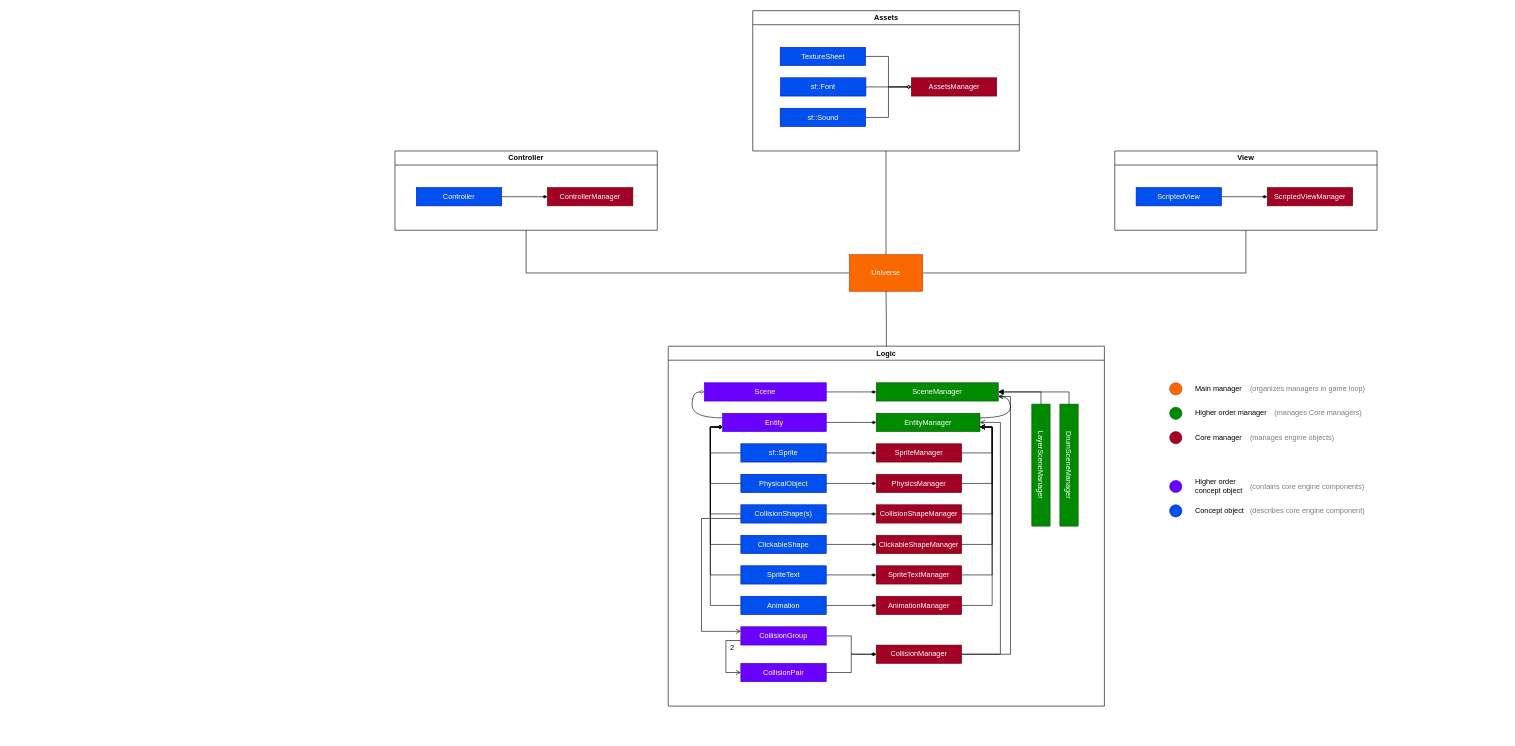
Earlier version of the draw.io diagram notes/drawio/Engine.drawio (codeandjoy/SGE). Source tidied: cells renumbered, new cells numbered last; positions are measured from the earlier drawing's top-left corner, leaving out a move shared by most shapes. Both pictures are drawn from the tidied source at 61%, with x=0, y=0 at pixel (395, 10).
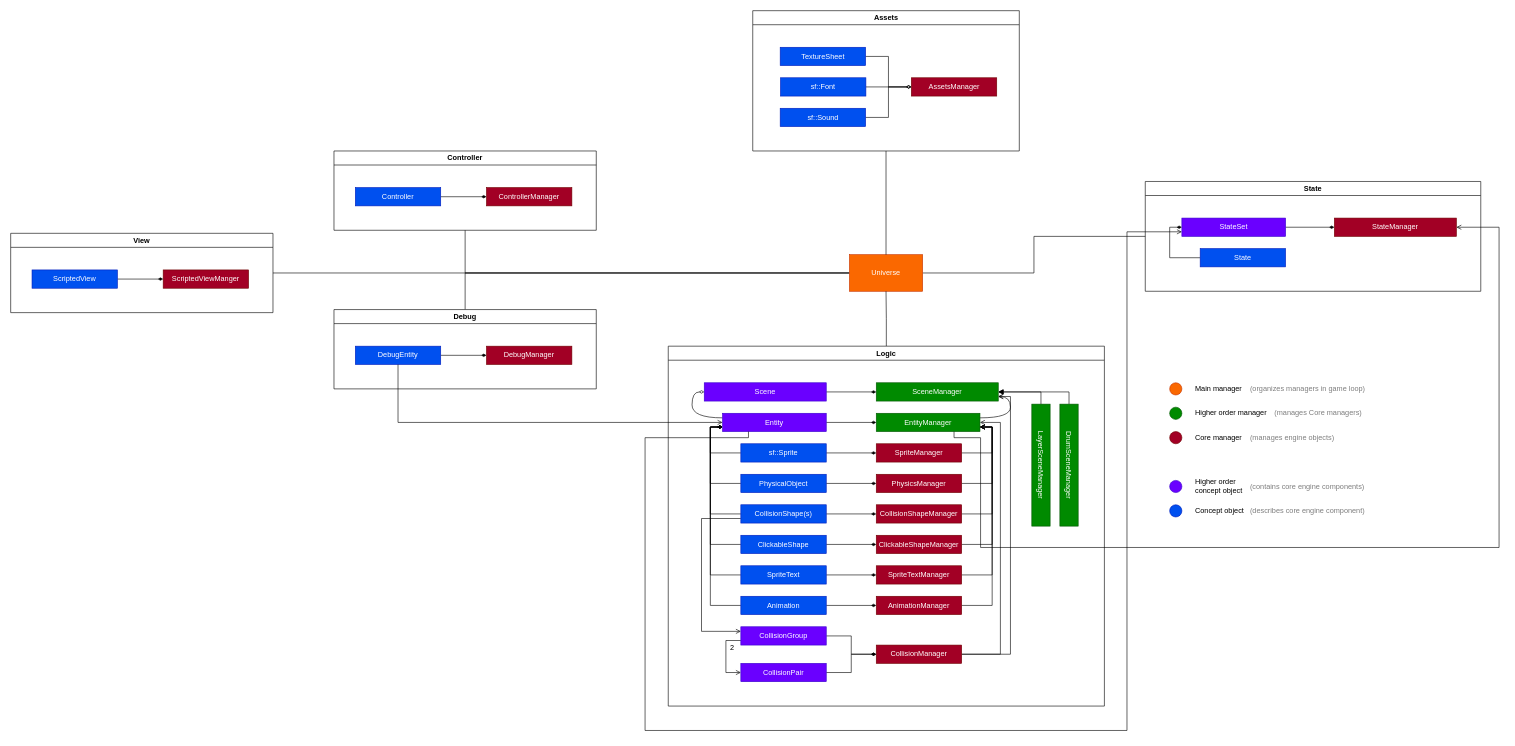
After the change.

Commit message (it also covers changes not shown here):
New Engine UML draft

The change refers to these unchanged cells:
```xml
<mxCell id="4" value="&lt;font color=&quot;#ffffff&quot;&gt;Universe&lt;/font&gt;" style="rounded=0;whiteSpace=wrap;html=1;fillColor=#fa6800;fontColor=#000000;strokeColor=#C73500;" parent="1" vertex="1">
  <mxGeometry x="745" y="400" width="120" height="60" as="geometry" />
</mxCell>
<mxCell id="11" value="Entity" style="rounded=0;whiteSpace=wrap;html=1;fillColor=#6a00ff;fontColor=#ffffff;strokeColor=#3700CC;" parent="6" vertex="1">
  <mxGeometry x="89" y="110" width="170" height="30" as="geometry" />
</mxCell>
<mxCell id="33" value="EntityManager" style="rounded=0;whiteSpace=wrap;html=1;fillColor=#008a00;fontColor=#ffffff;strokeColor=#005700;" parent="6" vertex="1">
  <mxGeometry x="341" y="110" width="170" height="30" as="geometry" />
</mxCell>
```

Change to the diagram source:
```diff
@@
+    <mxCell id="3" style="edgeStyle=orthogonalEdgeStyle;rounded=0;jettySize=auto;html=1;exitX=0;exitY=0.5;exitDx=0;exitDy=0;entryX=0.5;entryY=1;entryDx=0;entryDy=0;endArrow=none;endFill=0;" parent="1" edge="1" source="4" target="80">
+      <mxGeometry relative="1" as="geometry" />
+    </mxCell>
-    <mxCell id="2" style="edgeStyle=orthogonalEdgeStyle;rounded=0;jettySize=auto;html=1;exitX=1;exitY=0.5;exitDx=0;exitDy=0;entryX=0.5;entryY=1;entryDx=0;entryDy=0;endArrow=none;endFill=0;" parent="1" edge="1" source="4" target="68">
+    <mxCell id="2" style="edgeStyle=orthogonalEdgeStyle;rounded=0;jettySize=auto;html=1;exitX=0;exitY=0.5;exitDx=0;exitDy=0;entryX=0.5;entryY=0;entryDx=0;entryDy=0;endArrow=none;endFill=0;" parent="1" edge="1" source="4" target="68">
       <mxGeometry relative="1" as="geometry" />
     </mxCell>
-    <mxCell id="3" style="edgeStyle=orthogonalEdgeStyle;rounded=0;jettySize=auto;html=1;exitX=0;exitY=0.5;exitDx=0;exitDy=0;entryX=0.5;entryY=1;entryDx=0;entryDy=0;endArrow=none;endFill=0;" parent="1" edge="1" source="4" target="80">
-      <mxGeometry relative="1" as="geometry" />
-    </mxCell>
+    <mxCell id="91" style="edgeStyle=orthogonalEdgeStyle;rounded=0;jettySize=auto;html=1;exitX=1;exitY=0.5;exitDx=0;exitDy=0;entryX=0;entryY=0.5;entryDx=0;entryDy=0;endArrow=none;endFill=0;" parent="1" edge="1" source="4" target="93">
+      <mxGeometry relative="1" as="geometry" />
+    </mxCell>
+    <mxCell id="92" style="edgeStyle=orthogonalEdgeStyle;rounded=0;jettySize=auto;html=1;exitX=0;exitY=0.5;exitDx=0;exitDy=0;entryX=1;entryY=0.5;entryDx=0;entryDy=0;endArrow=none;endFill=0;" parent="1" edge="1" source="4" target="99">
+      <mxGeometry relative="1" as="geometry" />
+    </mxCell>
@@
-    <mxCell id="68" value="View" style="swimlane;whiteSpace=wrap;html=1;" parent="1" vertex="1">
-      <mxGeometry x="1180" y="230" width="430" height="130" as="geometry" />
+    <mxCell id="68" value="Debug" style="swimlane;whiteSpace=wrap;html=1;" parent="1" vertex="1">
+      <mxGeometry x="-100" y="490" width="430" height="130" as="geometry" />
     </mxCell>
@@
-    <mxCell id="70" value="ScriptedView" style="rounded=0;whiteSpace=wrap;html=1;fillColor=#0050ef;fontColor=#ffffff;strokeColor=#001DBC;" parent="68" vertex="1">
+    <mxCell id="70" value="DebugEntity" style="rounded=0;whiteSpace=wrap;html=1;fillColor=#0050ef;fontColor=#ffffff;strokeColor=#001DBC;" parent="68" vertex="1">
       <mxGeometry x="35" y="60" width="140" height="30" as="geometry" />
     </mxCell>
-    <mxCell id="71" value="ScriptedViewManager" style="rounded=0;whiteSpace=wrap;html=1;fillColor=#a20025;fontColor=#ffffff;strokeColor=#6F0000;" parent="68" vertex="1">
+    <mxCell id="71" value="DebugManager" style="rounded=0;whiteSpace=wrap;html=1;fillColor=#a20025;fontColor=#ffffff;strokeColor=#6F0000;" parent="68" vertex="1">
       <mxGeometry x="250" y="60" width="140" height="30" as="geometry" />
     </mxCell>
@@
     <mxCell id="80" value="Controller" style="swimlane;whiteSpace=wrap;html=1;" parent="1" vertex="1">
-      <mxGeometry y="230" width="430" height="130" as="geometry" />
+      <mxGeometry x="-100" y="230" width="430" height="130" as="geometry" />
     </mxCell>
@@
+    <mxCell id="93" value="State" style="swimlane;whiteSpace=wrap;html=1;" parent="1" vertex="1">
+      <mxGeometry x="1230" y="280" width="550" height="180" as="geometry" />
+    </mxCell>
+    <mxCell id="94" style="edgeStyle=orthogonalEdgeStyle;rounded=0;jettySize=auto;html=1;exitX=1;exitY=0.5;exitDx=0;exitDy=0;entryX=0;entryY=0.5;entryDx=0;entryDy=0;endArrow=diamondThin;endFill=1;" parent="93" edge="1" source="95" target="98">
+      <mxGeometry relative="1" as="geometry" />
+    </mxCell>
+    <mxCell id="95" value="StateSet" style="rounded=0;whiteSpace=wrap;html=1;fillColor=#6a00ff;fontColor=#ffffff;strokeColor=#3700CC;" parent="93" vertex="1">
+      <mxGeometry x="60" y="60" width="170" height="30" as="geometry" />
+    </mxCell>
+    <mxCell id="96" style="edgeStyle=orthogonalEdgeStyle;rounded=0;jettySize=auto;html=1;exitX=0;exitY=0.5;exitDx=0;exitDy=0;entryX=0;entryY=0.5;entryDx=0;entryDy=0;endArrow=diamondThin;endFill=1;" parent="93" edge="1" source="97" target="95">
+      <mxGeometry relative="1" as="geometry" />
+    </mxCell>
+    <mxCell id="97" value="State" style="rounded=0;whiteSpace=wrap;html=1;fillColor=#0050ef;fontColor=#ffffff;strokeColor=#001DBC;" parent="93" vertex="1">
+      <mxGeometry x="90" y="110" width="140" height="30" as="geometry" />
+    </mxCell>
+    <mxCell id="98" value="StateManager" style="rounded=0;whiteSpace=wrap;html=1;fillColor=#a20025;fontColor=#ffffff;strokeColor=#6F0000;" parent="93" vertex="1">
+      <mxGeometry x="310" y="60" width="200" height="30" as="geometry" />
+    </mxCell>
+    <mxCell id="99" value="View" style="swimlane;whiteSpace=wrap;html=1;" parent="1" vertex="1">
+      <mxGeometry x="-630" y="365" width="430" height="130" as="geometry" />
+    </mxCell>
+    <mxCell id="100" style="edgeStyle=orthogonalEdgeStyle;rounded=0;jettySize=auto;html=1;exitX=1;exitY=0.5;exitDx=0;exitDy=0;entryX=0;entryY=0.5;entryDx=0;entryDy=0;endArrow=diamondThin;endFill=1;" parent="99" edge="1" source="101" target="102">
+      <mxGeometry relative="1" as="geometry" />
+    </mxCell>
+    <mxCell id="101" value="ScriptedView" style="rounded=0;whiteSpace=wrap;html=1;fillColor=#0050ef;fontColor=#ffffff;strokeColor=#001DBC;" parent="99" vertex="1">
+      <mxGeometry x="35" y="60" width="140" height="30" as="geometry" />
+    </mxCell>
+    <mxCell id="102" value="ScriptedViewManger" style="rounded=0;whiteSpace=wrap;html=1;fillColor=#a20025;fontColor=#ffffff;strokeColor=#6F0000;" parent="99" vertex="1">
+      <mxGeometry x="250" y="60" width="140" height="30" as="geometry" />
+    </mxCell>
+    <mxCell id="103" style="edgeStyle=orthogonalEdgeStyle;rounded=0;jettySize=auto;html=1;exitX=0.5;exitY=1;exitDx=0;exitDy=0;entryX=0;entryY=0.5;entryDx=0;entryDy=0;endArrow=open;endFill=0;" parent="1" edge="1" source="70" target="11">
+      <mxGeometry relative="1" as="geometry" />
+    </mxCell>
+    <mxCell id="104" style="edgeStyle=orthogonalEdgeStyle;rounded=0;jettySize=auto;html=1;exitX=0.75;exitY=1;exitDx=0;exitDy=0;entryX=1;entryY=0.5;entryDx=0;entryDy=0;endArrow=open;endFill=0;" parent="1" edge="1" source="33" target="98">
+      <mxGeometry relative="1" as="geometry">
+        <Array as="points">
+          <mxPoint x="917" y="700" />
+          <mxPoint x="960" y="700" />
+          <mxPoint x="960" y="880" />
+          <mxPoint x="1810" y="880" />
+          <mxPoint x="1810" y="355" />
+        </Array>
+      </mxGeometry>
+    </mxCell>
+    <mxCell id="105" style="edgeStyle=orthogonalEdgeStyle;rounded=0;jettySize=auto;html=1;exitX=0.25;exitY=1;exitDx=0;exitDy=0;entryX=0;entryY=0.75;entryDx=0;entryDy=0;endArrow=open;endFill=0;" parent="1" edge="1" source="11" target="95">
+      <mxGeometry relative="1" as="geometry">
+        <Array as="points">
+          <mxPoint x="579" y="700" />
+          <mxPoint x="410" y="700" />
+          <mxPoint x="410" y="1180" />
+          <mxPoint x="1200" y="1180" />
+          <mxPoint x="1200" y="363" />
+        </Array>
+      </mxGeometry>
+    </mxCell>
```
